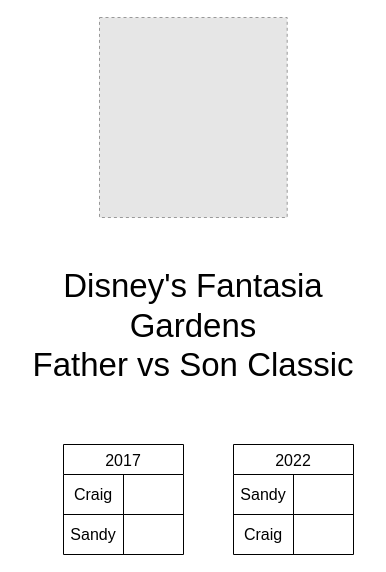
The draw.io diagram Dad-Xmas.drawio in cjohnsto88/draw-io-diagrams, before the edit. Source tidied: cells renumbered, new cells numbered last; positions are measured from the earlier drawing's top-left corner, leaving out a move shared by most shapes. Both pictures are drawn from the tidied source at 100%, with x=0, y=0 at pixel (17, 17). Pictures stored in the file or linked from it are replaced by grey dashed boxes.
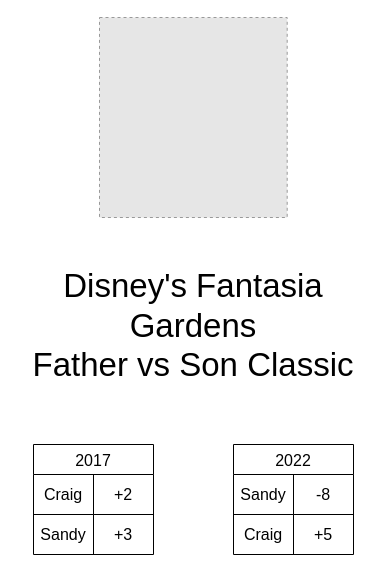
After the change.

Commit message:
Scores filled in

Change to the diagram source:
```diff
@@
 <mxGraphModel>
   <root>
     <mxCell id="0" />
     <mxCell id="1" parent="0" />
     <mxCell id="2" value="&lt;font style=&quot;font-size: 33px;&quot; face=&quot;New Waltograph&quot;&gt;Disney's Fantasia Gardens&lt;/font&gt;&lt;div&gt;&lt;font style=&quot;font-size: 33px;&quot; face=&quot;New Waltograph&quot;&gt;Father vs Son&amp;nbsp;&lt;/font&gt;&lt;span style=&quot;font-size: 33px; font-family: &amp;quot;New Waltograph&amp;quot;; background-color: initial;&quot;&gt;Classic&lt;/span&gt;&lt;/div&gt;" style="text;html=1;align=center;verticalAlign=middle;whiteSpace=wrap;rounded=0;" parent="1" vertex="1">
       <mxGeometry y="200" width="352" height="215" as="geometry" />
     </mxCell>
     <mxCell id="3" style="fillColor=#E6E6E6;strokeColor=#999999;dashed=1;verticalLabelPosition=bottom;verticalAlign=top;" parent="1" vertex="1">
       <mxGeometry x="82" width="187.7" height="200" as="geometry" />
     </mxCell>
     <mxCell id="4" value="2017" style="shape=table;startSize=30;childLayout=tableLayout;strokeColor=default;fontSize=16;fontFamily=New Waltograph;" parent="1" vertex="1">
-      <mxGeometry x="46" y="427" width="120" height="110" as="geometry" />
+      <mxGeometry x="16" y="427" width="120" height="110" as="geometry" />
     </mxCell>
     <mxCell id="5" style="shape=tableRow;horizontal=0;startSize=0;swimlaneHead=0;swimlaneBody=0;strokeColor=inherit;top=0;left=0;bottom=0;right=0;fillColor=none;fontSize=16;" parent="4" vertex="1">
       <mxGeometry y="30" width="120" height="40" as="geometry" />
     </mxCell>
     <mxCell id="6" value="&lt;font face=&quot;New Waltograph&quot;&gt;Craig&lt;/font&gt;" style="shape=partialRectangle;html=1;whiteSpace=wrap;strokeColor=inherit;overflow=hidden;fillColor=none;top=0;left=0;bottom=0;right=0;fontSize=16;" parent="5" vertex="1">
       <mxGeometry width="60" height="40" as="geometry" />
     </mxCell>
-    <mxCell id="7" style="shape=partialRectangle;html=1;whiteSpace=wrap;strokeColor=inherit;overflow=hidden;fillColor=none;top=0;left=0;bottom=0;right=0;fontSize=16;" parent="5" vertex="1">
+    <mxCell id="7" value="&lt;font face=&quot;New Waltograph&quot;&gt;+2&lt;/font&gt;" style="shape=partialRectangle;html=1;whiteSpace=wrap;strokeColor=inherit;overflow=hidden;fillColor=none;top=0;left=0;bottom=0;right=0;fontSize=16;" parent="5" vertex="1">
       <mxGeometry x="60" width="60" height="40" as="geometry" />
     </mxCell>
     <mxCell id="8" style="shape=tableRow;horizontal=0;startSize=0;swimlaneHead=0;swimlaneBody=0;strokeColor=inherit;top=0;left=0;bottom=0;right=0;fillColor=none;fontSize=16;" parent="4" vertex="1">
       <mxGeometry y="70" width="120" height="40" as="geometry" />
     </mxCell>
     <mxCell id="9" value="&lt;font face=&quot;New Waltograph&quot;&gt;Sandy&lt;/font&gt;" style="shape=partialRectangle;html=1;whiteSpace=wrap;strokeColor=inherit;overflow=hidden;fillColor=none;top=0;left=0;bottom=0;right=0;fontSize=16;" parent="8" vertex="1">
       <mxGeometry width="60" height="40" as="geometry" />
     </mxCell>
-    <mxCell id="10" style="shape=partialRectangle;html=1;whiteSpace=wrap;strokeColor=inherit;overflow=hidden;fillColor=none;top=0;left=0;bottom=0;right=0;fontSize=16;" parent="8" vertex="1">
+    <mxCell id="10" value="&lt;font face=&quot;New Waltograph&quot;&gt;+3&lt;/font&gt;" style="shape=partialRectangle;html=1;whiteSpace=wrap;strokeColor=inherit;overflow=hidden;fillColor=none;top=0;left=0;bottom=0;right=0;fontSize=16;" parent="8" vertex="1">
       <mxGeometry x="60" width="60" height="40" as="geometry" />
     </mxCell>
     <mxCell id="11" value="2022" style="shape=table;startSize=30;childLayout=tableLayout;strokeColor=default;fontSize=16;fontFamily=New Waltograph;" parent="1" vertex="1">
       <mxGeometry x="216" y="427" width="120" height="110" as="geometry" />
     </mxCell>
     <mxCell id="12" style="shape=tableRow;horizontal=0;startSize=0;swimlaneHead=0;swimlaneBody=0;strokeColor=inherit;top=0;left=0;bottom=0;right=0;fillColor=none;fontSize=16;" parent="11" vertex="1">
       <mxGeometry y="30" width="120" height="40" as="geometry" />
     </mxCell>
     <mxCell id="13" value="&lt;font face=&quot;New Waltograph&quot;&gt;Sandy&lt;/font&gt;" style="shape=partialRectangle;html=1;whiteSpace=wrap;strokeColor=inherit;overflow=hidden;fillColor=none;top=0;left=0;bottom=0;right=0;fontSize=16;" parent="12" vertex="1">
       <mxGeometry width="60" height="40" as="geometry" />
     </mxCell>
-    <mxCell id="14" style="shape=partialRectangle;html=1;whiteSpace=wrap;strokeColor=inherit;overflow=hidden;fillColor=none;top=0;left=0;bottom=0;right=0;fontSize=16;" parent="12" vertex="1">
+    <mxCell id="14" value="&lt;font face=&quot;New Waltograph&quot;&gt;-8&lt;/font&gt;" style="shape=partialRectangle;html=1;whiteSpace=wrap;strokeColor=inherit;overflow=hidden;fillColor=none;top=0;left=0;bottom=0;right=0;fontSize=16;" parent="12" vertex="1">
       <mxGeometry x="60" width="60" height="40" as="geometry" />
     </mxCell>
     <mxCell id="15" style="shape=tableRow;horizontal=0;startSize=0;swimlaneHead=0;swimlaneBody=0;strokeColor=inherit;top=0;left=0;bottom=0;right=0;fillColor=none;fontSize=16;" parent="11" vertex="1">
       <mxGeometry y="70" width="120" height="40" as="geometry" />
     </mxCell>
     <mxCell id="16" value="&lt;font face=&quot;New Waltograph&quot;&gt;Craig&lt;/font&gt;" style="shape=partialRectangle;html=1;whiteSpace=wrap;strokeColor=inherit;overflow=hidden;fillColor=none;top=0;left=0;bottom=0;right=0;fontSize=16;" parent="15" vertex="1">
       <mxGeometry width="60" height="40" as="geometry" />
     </mxCell>
-    <mxCell id="17" style="shape=partialRectangle;html=1;whiteSpace=wrap;strokeColor=inherit;overflow=hidden;fillColor=none;top=0;left=0;bottom=0;right=0;fontSize=16;" parent="15" vertex="1">
+    <mxCell id="17" value="&lt;font face=&quot;New Waltograph&quot;&gt;+5&lt;/font&gt;" style="shape=partialRectangle;html=1;whiteSpace=wrap;strokeColor=inherit;overflow=hidden;fillColor=none;top=0;left=0;bottom=0;right=0;fontSize=16;" parent="15" vertex="1">
       <mxGeometry x="60" width="60" height="40" as="geometry" />
     </mxCell>
   </root>
 </mxGraphModel>
```
